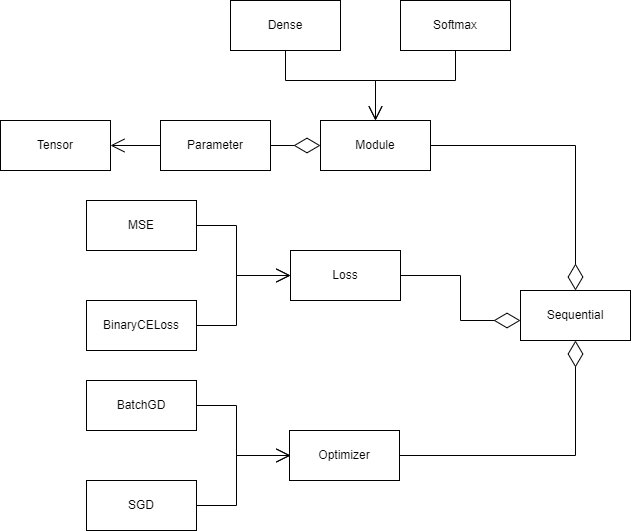
Above: LaTex/images/NNUML (simple).drawio.png in edgar-maddocks/NEA (draw.io), before the change. Source tidied: cells renumbered, new cells last; positions are measured from the earlier drawing's top-left corner, leaving out a move shared by most shapes.
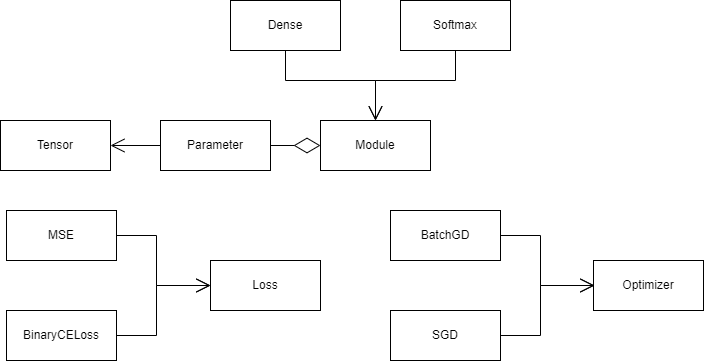
Above is the later version.

Change to the diagram source:
```diff
@@ -15,62 +15,59 @@
       <mxGeometry relative="1" as="geometry" />
     </mxCell>
     <mxCell id="6" value="MSE" style="html=1;whiteSpace=wrap;" parent="1" vertex="1">
-      <mxGeometry x="86" y="200" width="110" height="50" as="geometry" />
+      <mxGeometry x="6" y="210" width="110" height="50" as="geometry" />
     </mxCell>
     <mxCell id="7" value="Loss" style="html=1;whiteSpace=wrap;" parent="1" vertex="1">
-      <mxGeometry x="290" y="250" width="110" height="50" as="geometry" />
+      <mxGeometry x="210" y="260" width="110" height="50" as="geometry" />
     </mxCell>
     <mxCell id="8" value="BinaryCELoss" style="html=1;whiteSpace=wrap;" parent="1" vertex="1">
-      <mxGeometry x="86" y="300" width="110" height="50" as="geometry" />
+      <mxGeometry x="6" y="310" width="110" height="50" as="geometry" />
     </mxCell>
     <mxCell id="9" style="endArrow=open;endFill=1;endSize=12;html=1;rounded=0;exitX=1;exitY=0.5;exitDx=0;exitDy=0;entryX=0;entryY=0.5;entryDx=0;entryDy=0;" parent="1" edge="1" source="6" target="7">
       <mxGeometry relative="1" as="geometry">
         <Array as="points">
-          <mxPoint x="236" y="225" />
-          <mxPoint x="236" y="275" />
+          <mxPoint x="156" y="235" />
+          <mxPoint x="156" y="285" />
         </Array>
       </mxGeometry>
     </mxCell>
     <mxCell id="10" style="endArrow=open;endFill=1;endSize=12;html=1;rounded=0;exitX=1;exitY=0.5;exitDx=0;exitDy=0;entryX=0;entryY=0.5;entryDx=0;entryDy=0;" parent="1" edge="1" source="8" target="7">
       <mxGeometry relative="1" as="geometry">
         <Array as="points">
-          <mxPoint x="236" y="325" />
-          <mxPoint x="236" y="275" />
+          <mxPoint x="156" y="335" />
+          <mxPoint x="156" y="285" />
         </Array>
       </mxGeometry>
     </mxCell>
     <mxCell id="11" value="Optimizer" style="html=1;whiteSpace=wrap;" parent="1" vertex="1">
-      <mxGeometry x="289" y="430" width="110" height="50" as="geometry" />
+      <mxGeometry x="593" y="260" width="110" height="50" as="geometry" />
     </mxCell>
     <mxCell id="12" value="BatchGD" style="html=1;whiteSpace=wrap;" parent="1" vertex="1">
-      <mxGeometry x="86" y="380" width="110" height="50" as="geometry" />
+      <mxGeometry x="390" y="210" width="110" height="50" as="geometry" />
     </mxCell>
     <mxCell id="13" value="SGD" style="html=1;whiteSpace=wrap;" parent="1" vertex="1">
-      <mxGeometry x="86" y="480" width="110" height="50" as="geometry" />
+      <mxGeometry x="390" y="310" width="110" height="50" as="geometry" />
     </mxCell>
     <mxCell id="14" style="endArrow=open;endFill=1;endSize=12;html=1;rounded=0;exitX=1;exitY=0.5;exitDx=0;exitDy=0;entryX=0;entryY=0.5;entryDx=0;entryDy=0;" parent="1" edge="1">
       <mxGeometry relative="1" as="geometry">
-        <mxPoint x="196" y="405" as="sourcePoint" />
-        <mxPoint x="290" y="455" as="targetPoint" />
+        <mxPoint x="500" y="235" as="sourcePoint" />
+        <mxPoint x="594" y="285" as="targetPoint" />
         <Array as="points">
-          <mxPoint x="236" y="405" />
-          <mxPoint x="236" y="455" />
+          <mxPoint x="540" y="235" />
+          <mxPoint x="540" y="285" />
         </Array>
       </mxGeometry>
     </mxCell>
     <mxCell id="15" style="endArrow=open;endFill=1;endSize=12;html=1;rounded=0;exitX=1;exitY=0.5;exitDx=0;exitDy=0;entryX=0;entryY=0.5;entryDx=0;entryDy=0;" parent="1" edge="1">
       <mxGeometry relative="1" as="geometry">
-        <mxPoint x="196" y="505" as="sourcePoint" />
-        <mxPoint x="290" y="455" as="targetPoint" />
+        <mxPoint x="500" y="335" as="sourcePoint" />
+        <mxPoint x="594" y="285" as="targetPoint" />
         <Array as="points">
-          <mxPoint x="236" y="505" />
-          <mxPoint x="236" y="455" />
+          <mxPoint x="540" y="335" />
+          <mxPoint x="540" y="285" />
         </Array>
       </mxGeometry>
     </mxCell>
-    <mxCell id="16" value="Sequential" style="html=1;whiteSpace=wrap;" parent="1" vertex="1">
-      <mxGeometry x="520" y="290" width="110" height="50" as="geometry" />
-    </mxCell>
     <mxCell id="17" value="Dense" style="html=1;whiteSpace=wrap;" parent="1" vertex="1">
       <mxGeometry x="230" width="110" height="50" as="geometry" />
     </mxCell>
@@ -94,29 +91,6 @@
         </Array>
       </mxGeometry>
     </mxCell>
-    <mxCell id="21" style="endArrow=diamondThin;endFill=0;endSize=24;html=1;rounded=0;exitX=1;exitY=0.5;exitDx=0;exitDy=0;" parent="1" edge="1" source="7">
-      <mxGeometry relative="1" as="geometry">
-        <mxPoint x="520" y="320" as="targetPoint" />
-        <Array as="points">
-          <mxPoint x="460" y="275" />
-          <mxPoint x="460" y="320" />
-        </Array>
-      </mxGeometry>
-    </mxCell>
-    <mxCell id="22" style="endArrow=diamondThin;endFill=0;endSize=24;html=1;rounded=0;exitX=1;exitY=0.5;exitDx=0;exitDy=0;entryX=0.5;entryY=1;entryDx=0;entryDy=0;" parent="1" edge="1" source="11" target="16">
-      <mxGeometry relative="1" as="geometry">
-        <Array as="points">
-          <mxPoint x="575" y="455" />
-        </Array>
-      </mxGeometry>
-    </mxCell>
-    <mxCell id="23" style="endArrow=diamondThin;endFill=0;endSize=24;html=1;rounded=0;exitX=1;exitY=0.5;exitDx=0;exitDy=0;entryX=0.5;entryY=0;entryDx=0;entryDy=0;" parent="1" edge="1" source="4" target="16">
-      <mxGeometry relative="1" as="geometry">
-        <Array as="points">
-          <mxPoint x="575" y="145" />
-        </Array>
-      </mxGeometry>
-    </mxCell>
     <mxCell id="24" style="endArrow=diamondThin;endFill=0;endSize=24;html=1;rounded=0;exitX=1;exitY=0.5;exitDx=0;exitDy=0;entryX=0;entryY=0.5;entryDx=0;entryDy=0;" parent="1" edge="1" source="3" target="4">
       <mxGeometry relative="1" as="geometry" />
     </mxCell>
```
